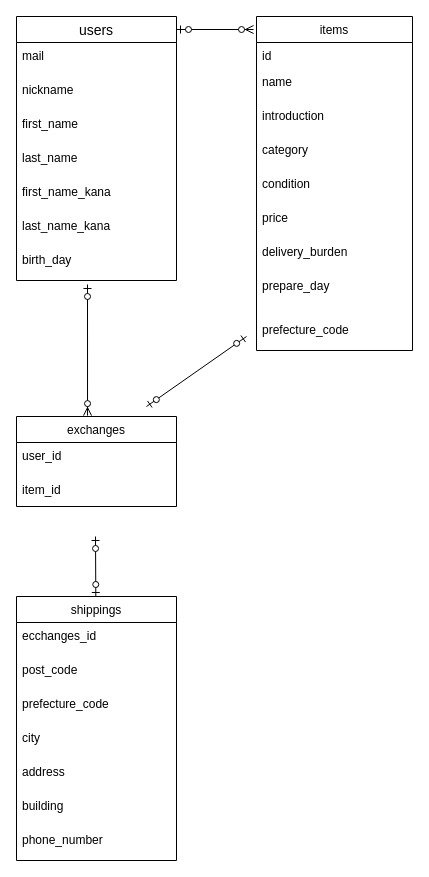
sando0710/furima-28896 keeps this draw.io diagram as furima28896.drawio. Above is the earlier version. Source tidied: cells renumbered, new cells numbered last; positions are measured from the earlier drawing's top-left corner, leaving out a move shared by most shapes. Both pictures are drawn from the tidied source at 100%, with x=0, y=0 at pixel (16, 16).
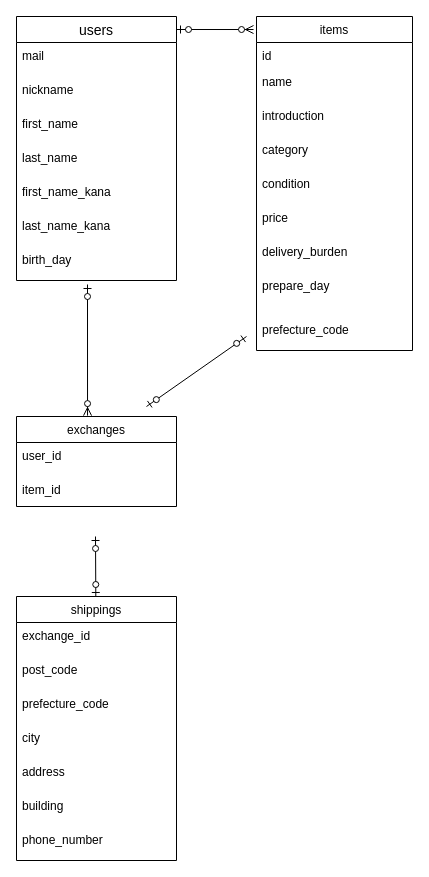
After the change.

Commit message (it also covers changes not shown here):
テーブル設計

The change refers to these unchanged cells:
```xml
<mxCell id="27" value="shippings" style="swimlane;fontStyle=0;horizontal=1;startSize=26;fillColor=none;" parent="1" vertex="1">
  <mxGeometry y="580" width="160" height="264" as="geometry" />
</mxCell>
```

Change to the diagram source:
```diff
@@
-    <mxCell id="28" value="ecchanges_id" style="text;strokeColor=none;fillColor=none;spacingLeft=4;spacingRight=4;overflow=hidden;fontSize=12;" parent="27" vertex="1">
+    <mxCell id="28" value="exchange_id" style="text;strokeColor=none;fillColor=none;spacingLeft=4;spacingRight=4;overflow=hidden;fontSize=12;" parent="27" vertex="1">
       <mxGeometry y="26" width="160" height="34" as="geometry" />
     </mxCell>
```
